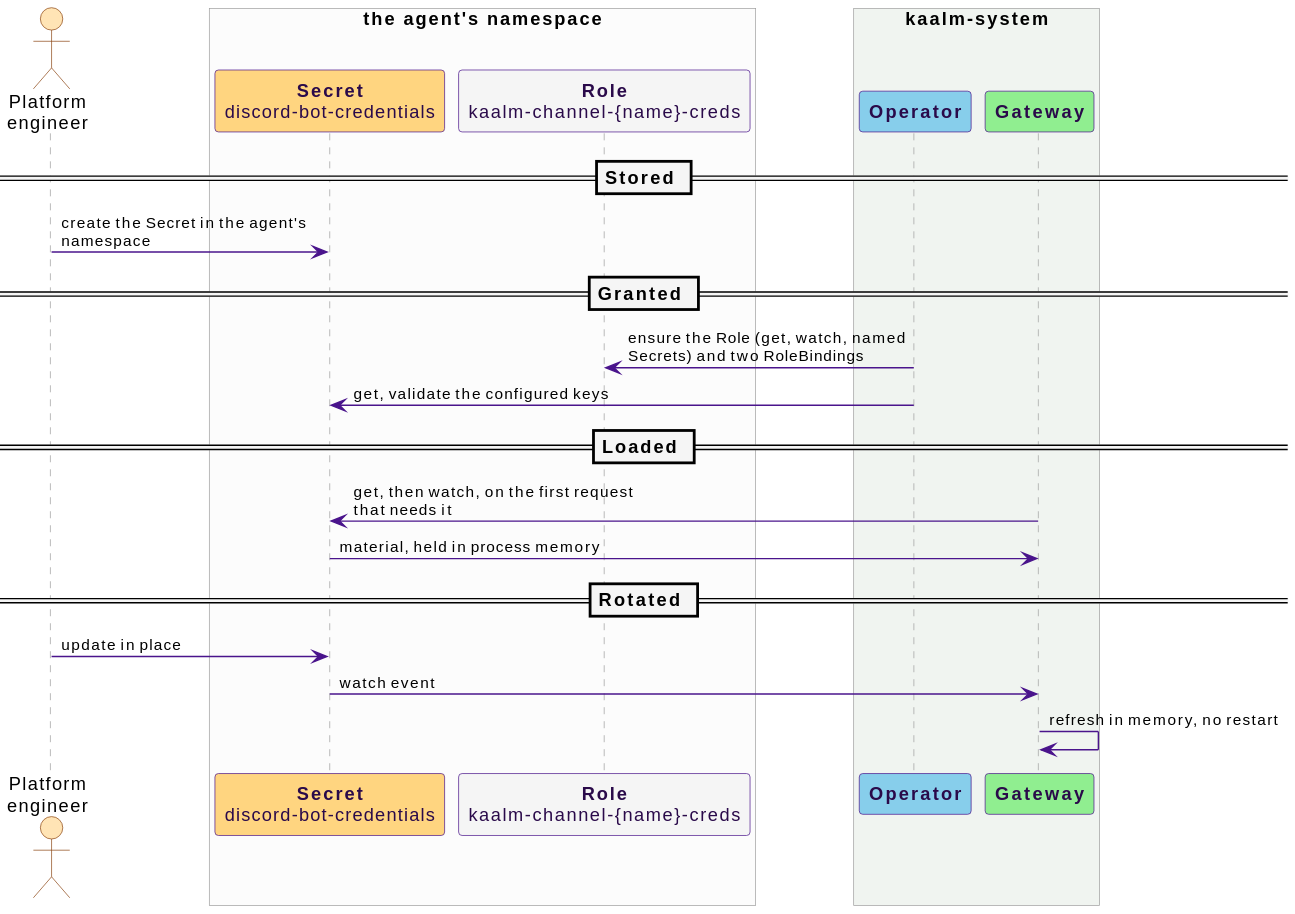
Before: docs/src/diagrams/channel-credential-grant.svg, a diagram exported from PlantUML (win07xp/kaalm).
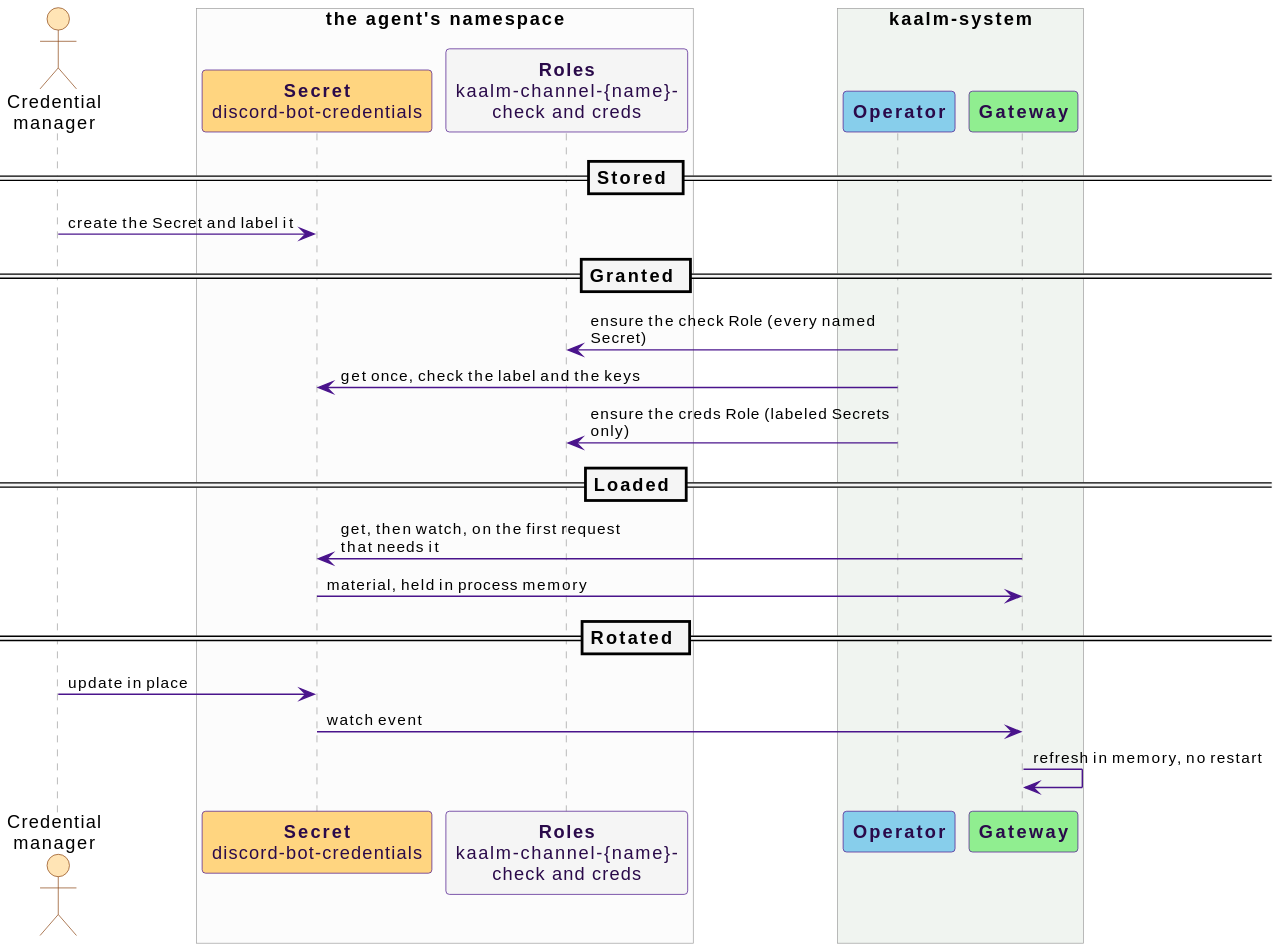
The same diagram one commit later.

Change to the diagram source:
```diff
@@ -1,20 +1,21 @@
 @startuml
 !include _style.puml
 skinparam maxMessageSize 300
-actor "Platform\nengineer" as PE #FFE4B5
+actor "Credential\nmanager" as PE #FFE4B5
 box "the agent's namespace" #FCFCFC
   participant "**Secret**\ndiscord-bot-credentials" as SEC #FFD580
-  participant "**Role**\nkaalm-channel-{name}-creds" as ROLE #F5F5F5
+  participant "**Roles**\nkaalm-channel-{name}-\ncheck and creds" as ROLE #F5F5F5
 end box
 box "kaalm-system" #F0F4F0
   participant "**Operator**" as OP #87CEEB
   participant "**Gateway**" as GW #90EE90
 end box
 == Stored ==
-PE -> SEC : create the Secret in the agent's namespace
+PE -> SEC : create the Secret and label it
 == Granted ==
-OP -> ROLE : ensure the Role (get, watch, named Secrets) and two RoleBindings
-OP -> SEC : get, validate the configured keys
+OP -> ROLE : ensure the check Role (every named Secret)
+OP -> SEC : get once, check the label and the keys
+OP -> ROLE : ensure the creds Role (labeled Secrets only)
 == Loaded ==
 GW -> SEC : get, then watch, on the first request that needs it
 SEC -> GW : material, held in process memory
```
